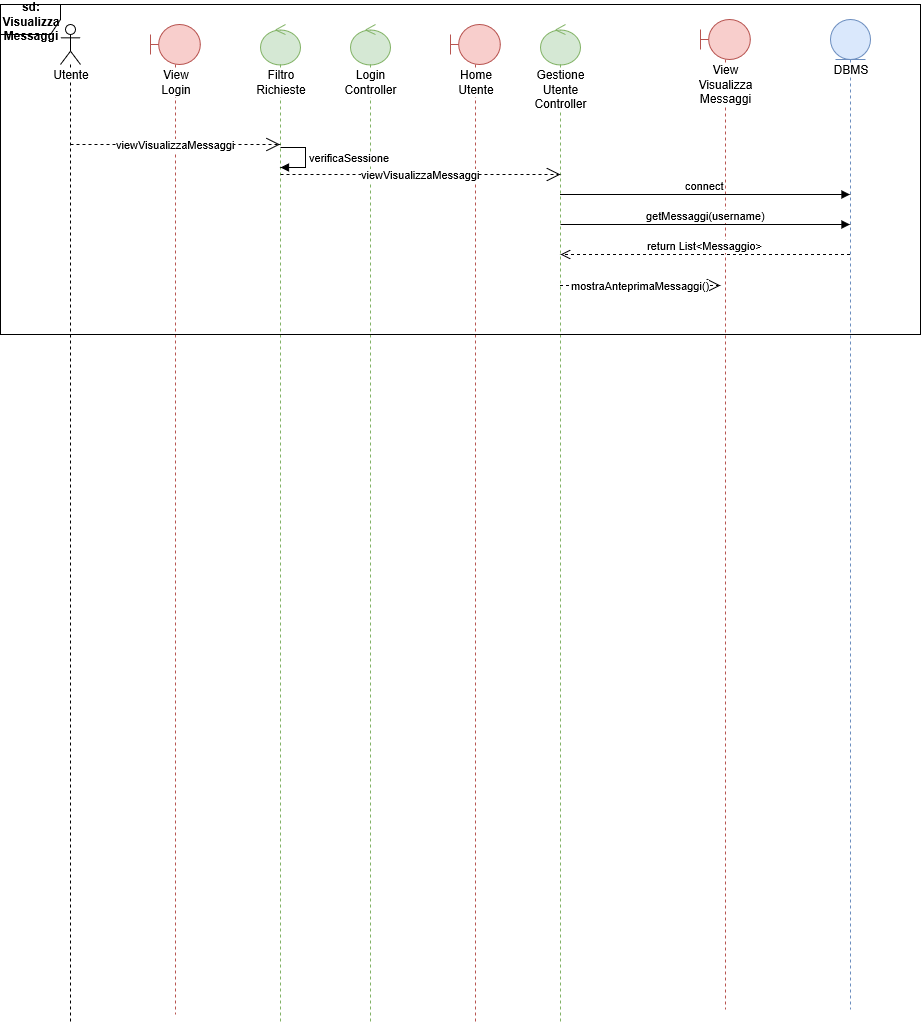
This is Relazione quasi completa/sdVisualizzaMessaggi.png from SundavarBlaka/Alexandria, a draw.io export, as it was before one commit. Source tidied: cells renumbered, new cells last; positions are measured from the earlier drawing's top-left corner, leaving out a move shared by most shapes.
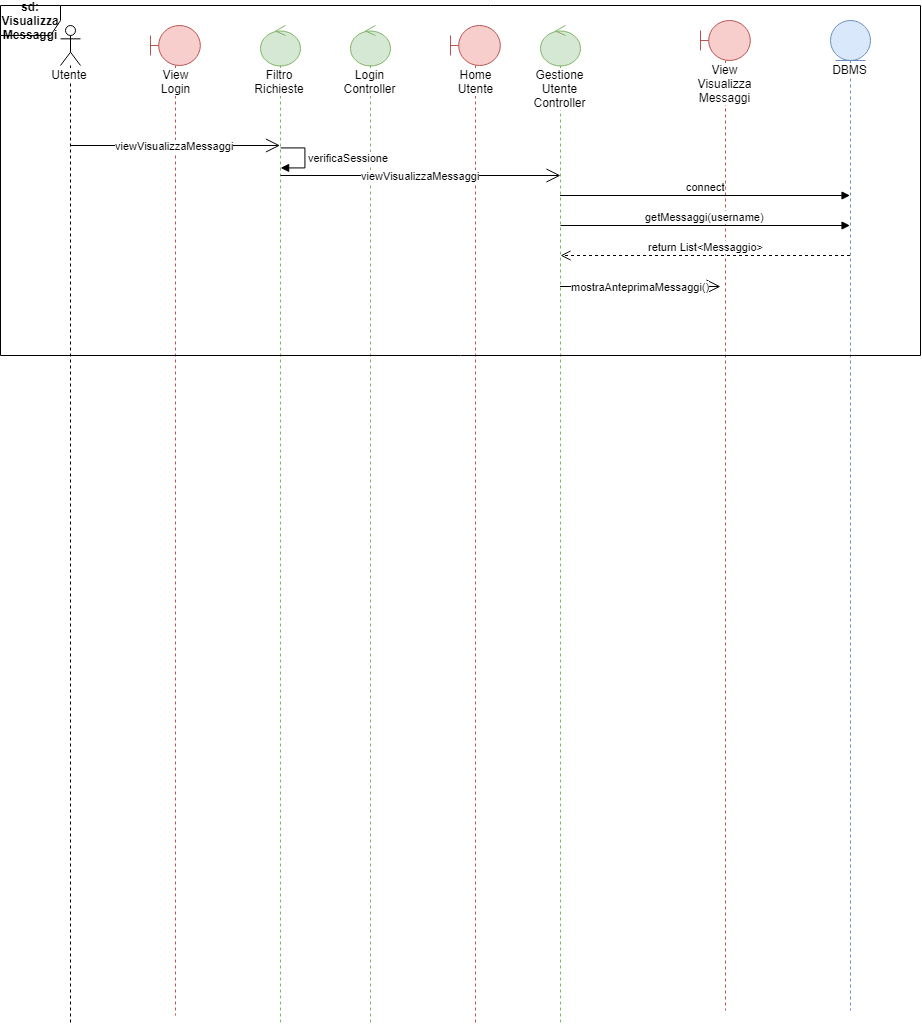
The same file after the commit.

Diff of the diagram source:
```diff
@@ -23,12 +23,12 @@
     <mxCell id="8" value="View Visualizza Messaggi&lt;br&gt;" style="shape=umlLifeline;participant=umlBoundary;perimeter=lifelinePerimeter;whiteSpace=wrap;html=1;verticalAlign=top;spacingTop=36;labelBackgroundColor=#ffffff;fillColor=#f8cecc;strokeColor=#b85450;" parent="1" vertex="1">
       <mxGeometry x="700" y="15" width="50" height="990" as="geometry" />
     </mxCell>
-    <mxCell id="9" value="viewVisualizzaMessaggi&lt;br&gt;" style="endArrow=open;endSize=12;dashed=1;html=1;" parent="1" edge="1" target="4">
+    <mxCell id="9" value="viewVisualizzaMessaggi&lt;br&gt;" style="endArrow=open;endSize=12;html=1;" parent="1" edge="1" target="4">
       <mxGeometry relative="1" as="geometry">
         <mxPoint x="70" y="140" as="sourcePoint" />
       </mxGeometry>
     </mxCell>
-    <mxCell id="10" value="viewVisualizzaMessaggi&lt;br&gt;" style="endArrow=open;endSize=12;dashed=1;html=1;" parent="1" edge="1">
+    <mxCell id="10" value="viewVisualizzaMessaggi&lt;br&gt;" style="endArrow=open;endSize=12;html=1;" parent="1" edge="1">
       <mxGeometry relative="1" as="geometry">
         <mxPoint x="280" y="170" as="sourcePoint" />
         <mxPoint x="560" y="170" as="targetPoint" />
@@ -62,14 +62,14 @@
         <mxPoint x="560" y="250" as="targetPoint" />
       </mxGeometry>
     </mxCell>
-    <mxCell id="16" value="mostraAnteprimaMessaggi()&lt;br&gt;" style="endArrow=open;endSize=12;dashed=1;html=1;" parent="1" edge="1">
+    <mxCell id="16" value="mostraAnteprimaMessaggi()&lt;br&gt;" style="endArrow=open;endSize=12;html=1;" parent="1" edge="1">
       <mxGeometry relative="1" as="geometry">
         <mxPoint x="559.5" y="281" as="sourcePoint" />
         <mxPoint x="720" y="281" as="targetPoint" />
       </mxGeometry>
     </mxCell>
     <mxCell id="17" value="&lt;b&gt;sd: Visualizza Messaggi&lt;/b&gt;&lt;br&gt;" style="shape=umlFrame;whiteSpace=wrap;html=1;" parent="1" vertex="1">
-      <mxGeometry width="920" height="330" as="geometry" />
+      <mxGeometry width="920" height="350" as="geometry" />
     </mxCell>
   </root>
 </mxGraphModel>
```
